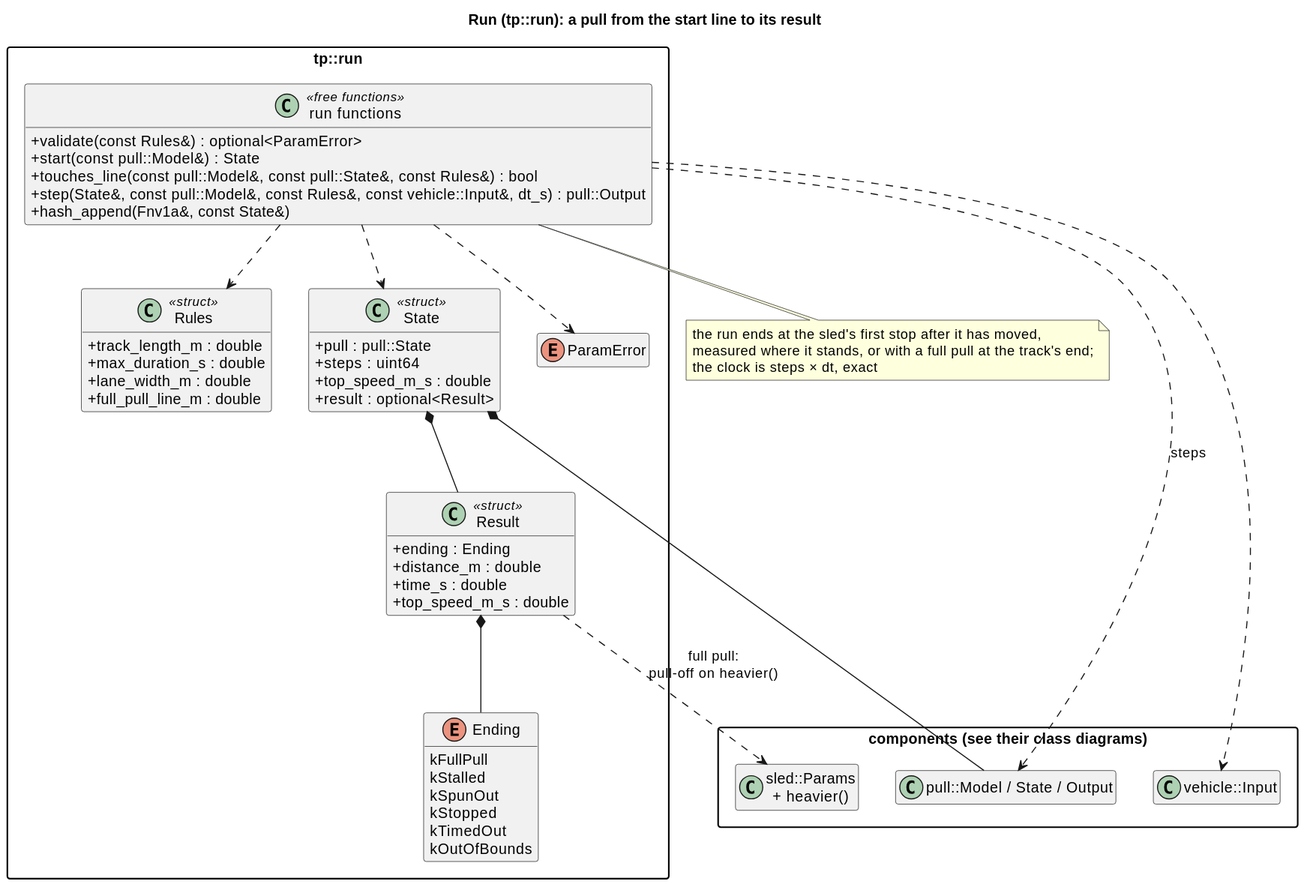
This is docs/diagrams/svg/run_classes.svg from wversteeg/TractorPulling, a PlantUML export, as it was before one commit. Its diagram source:
```plantuml
@startuml
title Run (tp::run): a pull from the start line to its result
hide empty members
skinparam packageStyle rectangle
skinparam classAttributeIconSize 0

package "components (see their class diagrams)" {
  class "pull::Model / State / Output" as Pull
  class "sled::Params\n+ heavier()" as Sled
  class "vehicle::Input" as Input
}

package "tp::run" {
  class Rules <<struct>> {
    +track_length_m : double
    +max_duration_s : double
    +lane_width_m : double
    +full_pull_line_m : double
  }
  enum Ending {
    kFullPull
    kStalled
    kSpunOut
    kStopped
    kTimedOut
    kOutOfBounds
  }
  class Result <<struct>> {
    +ending : Ending
    +distance_m : double
    +time_s : double
    +top_speed_m_s : double
  }
  class State <<struct>> {
    +pull : pull::State
    +steps : uint64
    +top_speed_m_s : double
    +result : optional<Result>
  }
  enum ParamError
  class "run functions" as RunFns <<free functions>> {
    +validate(const Rules&) : optional<ParamError>
    +start(const pull::Model&) : State
    +touches_line(const pull::Model&, const pull::State&, const Rules&) : bool
    +step(State&, const pull::Model&, const Rules&, const vehicle::Input&, dt_s) : pull::Output
    +hash_append(Fnv1a&, const State&)
  }
  Result *-- Ending
  State *-- Result
  RunFns ..> Rules
  RunFns ..> State
  RunFns ..> ParamError
}
State *-- Pull
RunFns ..> Input
RunFns ..> Pull : steps
Result ..> Sled : full pull:\npull-off on heavier()
note bottom of RunFns
  the run ends at the sled's first stop after it has moved,
  measured where it stands, or with a full pull at the track's end;
  the clock is steps × dt, exact
end note
@enduml
```
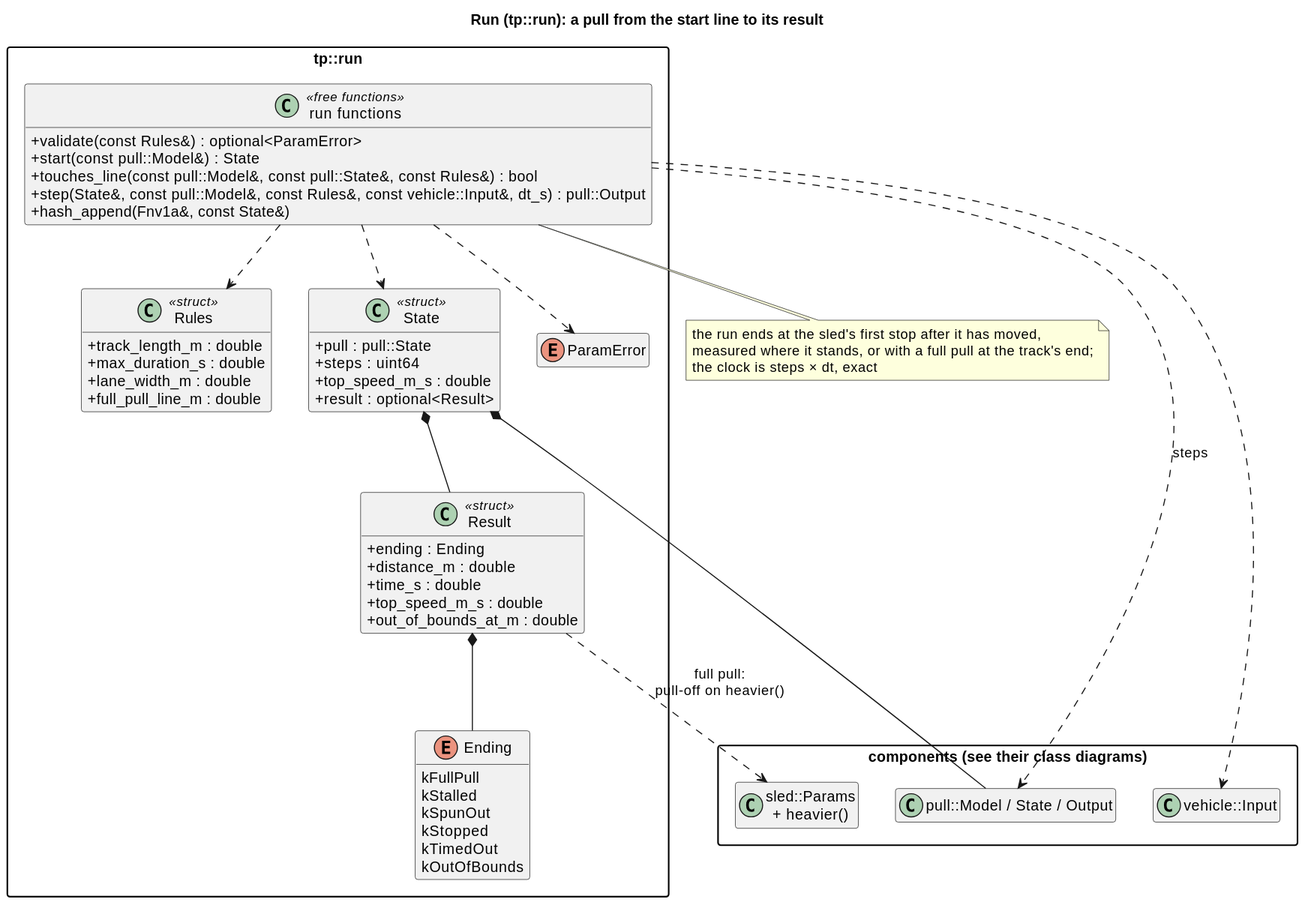
Later version of the same file.

What changed in the source:
```diff
@@ -30,6 +30,7 @@
     +distance_m : double
     +time_s : double
     +top_speed_m_s : double
+    +out_of_bounds_at_m : double
   }
   class State <<struct>> {
     +pull : pull::State
```
